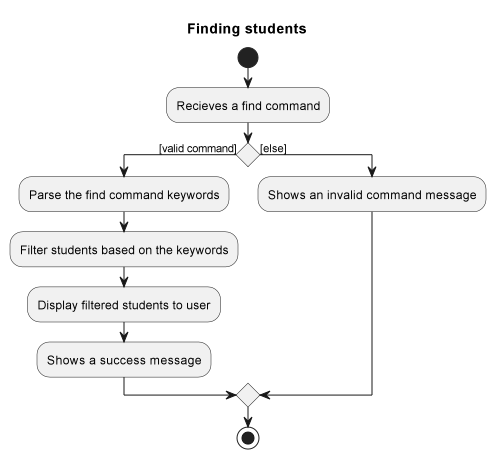
This is docs/images/FindCommandActivityDiagram.png from nus-cs2103-AY2223S1/tp, a PlantUML export, as it was before one commit. Its source is kept beside it as docs/diagrams/FindCommandActivityDiagram.puml.
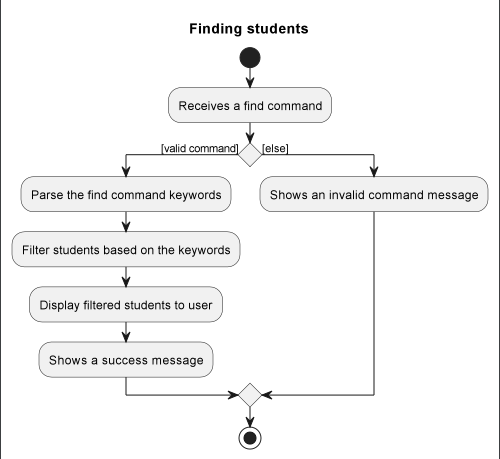
The same diagram one commit later.

The edit, as a diff of the source:
```diff
@@ -1,7 +1,7 @@
 @startuml
 Title:Finding students
 start
-:Recieves a find command;
+:Receives a find command;
 if () then ([valid command])
   :Parse the find command keywords;
   :Filter students based on the keywords;
```
